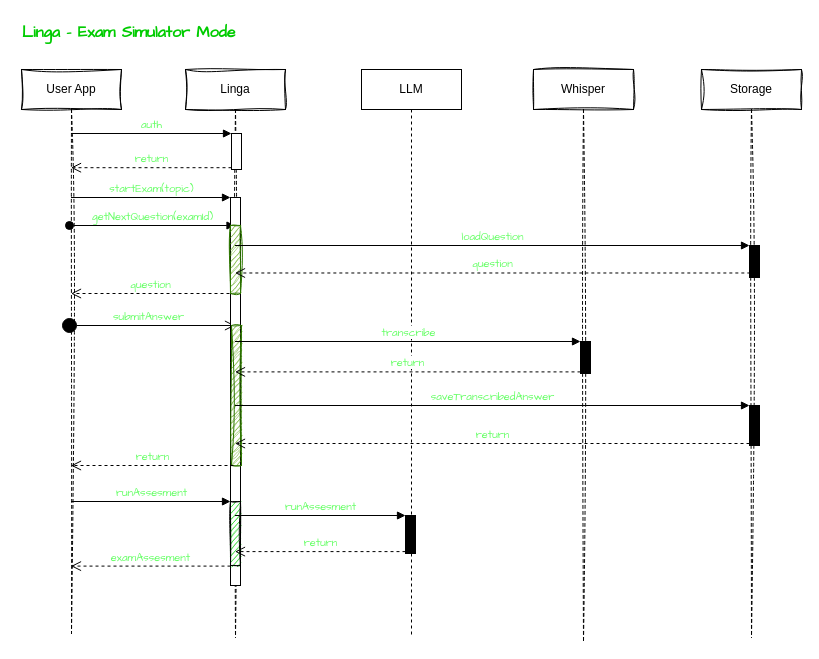
Earlier version of the draw.io diagram page "Exam Simulator Mode" (5 of 5) of docs/charts/system.drawio (dimastatz/linga). Source tidied: cells renumbered, new cells numbered last; positions are measured from the earlier drawing's top-left corner, leaving out a move shared by most shapes. Both pictures are drawn from the tidied source at 100%, with x=0, y=0 at pixel (17, 17).
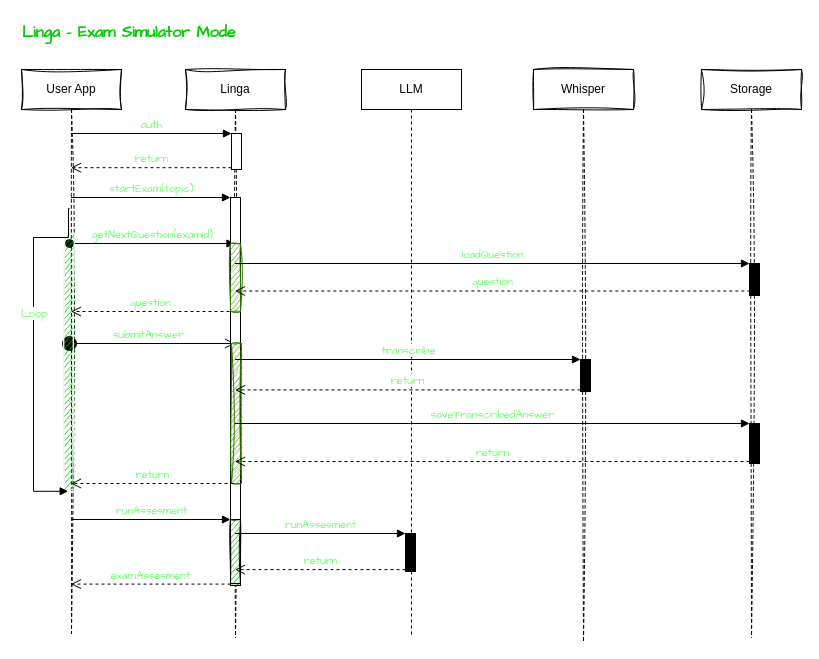
The same diagram, later.

Commit message (it also covers changes not shown here):
add exam simulation mode

Unchanged cells that the change refers to:
```xml
<mxCell id="3" value="User App" style="shape=umlLifeline;perimeter=lifelinePerimeter;whiteSpace=wrap;html=1;outlineConnect=0;sketch=1;curveFitting=1;jiggle=2;" parent="1" vertex="1">
  <mxGeometry x="4" y="52" width="100" height="564" as="geometry" />
</mxCell>
<mxCell id="6" value="Linga" style="shape=umlLifeline;perimeter=lifelinePerimeter;whiteSpace=wrap;html=1;outlineConnect=0;sketch=1;curveFitting=1;jiggle=2;" parent="1" vertex="1">
  <mxGeometry x="168" y="52" width="100" height="568" as="geometry" />
</mxCell>
<mxCell id="8" style="html=1;points=[];perimeter=orthogonalPerimeter;fontFamily=Comic Sans MS;fontColor=#66FF66;" parent="6" vertex="1">
  <mxGeometry x="45" y="128" width="10" height="388" as="geometry" />
</mxCell>
<mxCell id="12" value="LLM" style="shape=umlLifeline;perimeter=lifelinePerimeter;whiteSpace=wrap;html=1;" parent="1" vertex="1">
  <mxGeometry x="344" y="52" width="100" height="568" as="geometry" />
</mxCell>
<mxCell id="14" value="Whisper" style="shape=umlLifeline;perimeter=lifelinePerimeter;whiteSpace=wrap;html=1;sketch=1;curveFitting=1;jiggle=2;" parent="1" vertex="1">
  <mxGeometry x="516" y="52" width="100" height="572" as="geometry" />
</mxCell>
<mxCell id="16" value="Storage" style="shape=umlLifeline;perimeter=lifelinePerimeter;whiteSpace=wrap;html=1;sketch=1;curveFitting=1;jiggle=2;" parent="1" vertex="1">
  <mxGeometry x="684" y="52" width="100" height="568" as="geometry" />
</mxCell>
```

The edit, as a diff of the source:
```diff
@@
-    <mxCell id="4" value="getNextQuestion(examId)" style="html=1;verticalAlign=bottom;startArrow=oval;startFill=1;endArrow=block;startSize=8;fontFamily=Comic Sans MS;fontColor=#66FF66;" parent="3" edge="1" target="6">
+    <mxCell id="4" value="getNextQuestion(examId)" style="html=1;verticalAlign=bottom;startArrow=oval;startFill=1;endArrow=block;startSize=8;fontFamily=Comic Sans MS;fontColor=#66FF66;" parent="3" edge="1">
       <mxGeometry relative="1" as="geometry">
-        <mxPoint x="48" y="156" as="sourcePoint" />
+        <mxPoint x="48" y="174" as="sourcePoint" />
+        <mxPoint x="213.5" y="174" as="targetPoint" />
       </mxGeometry>
     </mxCell>
-    <mxCell id="5" value="submitAnswer" style="html=1;verticalAlign=bottom;startArrow=circle;startFill=1;endArrow=open;startSize=6;endSize=8;fontFamily=Comic Sans MS;fontColor=#66FF66;" parent="3" edge="1" target="6">
+    <mxCell id="5" value="submitAnswer" style="html=1;verticalAlign=bottom;startArrow=circle;startFill=1;endArrow=open;startSize=6;endSize=8;fontFamily=Comic Sans MS;fontColor=#66FF66;" parent="3" edge="1">
       <mxGeometry relative="1" as="geometry">
-        <mxPoint x="40" y="256" as="sourcePoint" />
+        <mxPoint x="40" y="274" as="sourcePoint" />
+        <mxPoint x="213.5" y="274" as="targetPoint" />
       </mxGeometry>
     </mxCell>
+    <mxCell id="34" style="html=1;points=[];perimeter=orthogonalPerimeter;sketch=1;strokeColor=#F0F0F0;fontFamily=Comic Sans MS;fontColor=#66FF66;fillColor=#00CC00;" parent="3" vertex="1">
+      <mxGeometry x="43" y="164" width="10" height="256" as="geometry" />
+    </mxCell>
+    <mxCell id="35" value="Loop" style="edgeStyle=orthogonalEdgeStyle;html=1;align=left;spacingLeft=2;endArrow=block;rounded=0;fontFamily=Comic Sans MS;fontColor=#66FF66;entryX=0.367;entryY=1.007;entryDx=0;entryDy=0;entryPerimeter=0;" parent="3" edge="1" target="34">
+      <mxGeometry x="-0.2" y="-16" relative="1" as="geometry">
+        <mxPoint x="48" y="139" as="sourcePoint" />
+        <Array as="points">
+          <mxPoint x="47" y="139" />
+          <mxPoint x="47" y="168" />
+          <mxPoint x="12" y="168" />
+          <mxPoint x="12" y="422" />
+        </Array>
+      </mxGeometry>
+    </mxCell>
@@
     <mxCell id="9" style="html=1;perimeter=orthogonalPerimeter;fontFamily=Comic Sans MS;fontColor=#ffffff;fillColor=#60a917;strokeColor=#2D7600;sketch=1;curveFitting=1;jiggle=2;" parent="6" vertex="1">
-      <mxGeometry x="45" y="156" width="10" height="68" as="geometry" />
+      <mxGeometry x="45" y="174" width="10" height="68" as="geometry" />
     </mxCell>
     <mxCell id="10" style="html=1;perimeter=orthogonalPerimeter;fontFamily=Comic Sans MS;fontColor=#ffffff;fillColor=#60a917;strokeColor=#2D7600;sketch=1;curveFitting=1;jiggle=2;" parent="6" vertex="1">
-      <mxGeometry x="46" y="256" width="10" height="140" as="geometry" />
+      <mxGeometry x="46" y="274" width="10" height="140" as="geometry" />
     </mxCell>
     <mxCell id="11" style="html=1;points=[];perimeter=orthogonalPerimeter;sketch=1;fontFamily=Comic Sans MS;fontColor=#66FF66;fillColor=#00CC00;" parent="6" vertex="1">
-      <mxGeometry x="45" y="432" width="10" height="64" as="geometry" />
+      <mxGeometry x="45" y="450" width="10" height="64" as="geometry" />
     </mxCell>
@@
     <mxCell id="13" style="html=1;points=[];perimeter=orthogonalPerimeter;fontFamily=Comic Sans MS;fontColor=#66FF66;fillColor=#000000;" parent="12" vertex="1">
-      <mxGeometry x="44" y="446" width="10" height="38" as="geometry" />
+      <mxGeometry x="44" y="464" width="10" height="38" as="geometry" />
     </mxCell>
@@
     <mxCell id="15" style="html=1;points=[];perimeter=orthogonalPerimeter;fontFamily=Comic Sans MS;fontColor=#66FF66;fillColor=#000000;" parent="14" vertex="1">
-      <mxGeometry x="47" y="272" width="10" height="32" as="geometry" />
+      <mxGeometry x="47" y="290" width="10" height="32" as="geometry" />
     </mxCell>
@@
     <mxCell id="17" style="html=1;points=[];perimeter=orthogonalPerimeter;fontFamily=Comic Sans MS;fontColor=#66FF66;fillColor=#000000;" parent="16" vertex="1">
-      <mxGeometry x="48" y="176" width="10" height="32" as="geometry" />
+      <mxGeometry x="48" y="194" width="10" height="32" as="geometry" />
     </mxCell>
     <mxCell id="18" style="html=1;points=[];perimeter=orthogonalPerimeter;fontFamily=Comic Sans MS;fontColor=#66FF66;fillColor=#000000;" parent="16" vertex="1">
-      <mxGeometry x="48" y="336" width="10" height="40" as="geometry" />
+      <mxGeometry x="48" y="354" width="10" height="40" as="geometry" />
     </mxCell>
@@
-    <mxCell id="22" value="examAssesment" style="html=1;verticalAlign=bottom;endArrow=open;dashed=1;endSize=8;exitX=0;exitY=0.95;fontFamily=Comic Sans MS;fontColor=#66FF66;" parent="1" edge="1" source="8" target="3">
-      <mxGeometry relative="1" as="geometry" />
+    <mxCell id="22" value="examAssesment" style="html=1;verticalAlign=bottom;endArrow=open;dashed=1;endSize=8;exitX=0;exitY=0.95;fontFamily=Comic Sans MS;fontColor=#66FF66;" parent="1" edge="1">
+      <mxGeometry relative="1" as="geometry">
+        <mxPoint x="213" y="566.6" as="sourcePoint" />
+        <mxPoint x="53.5" y="566.6" as="targetPoint" />
+      </mxGeometry>
     </mxCell>
-    <mxCell id="23" value="loadQuestion" style="html=1;verticalAlign=bottom;endArrow=block;entryX=0;entryY=0;fontFamily=Comic Sans MS;fontColor=#66FF66;" parent="1" edge="1" source="6" target="17">
-      <mxGeometry relative="1" as="geometry" />
+    <mxCell id="23" value="loadQuestion" style="html=1;verticalAlign=bottom;endArrow=block;entryX=0;entryY=0;fontFamily=Comic Sans MS;fontColor=#66FF66;" parent="1" edge="1" target="17">
+      <mxGeometry relative="1" as="geometry">
+        <mxPoint x="217.5" y="246" as="sourcePoint" />
+      </mxGeometry>
     </mxCell>
-    <mxCell id="24" value="question" style="html=1;verticalAlign=bottom;endArrow=open;dashed=1;endSize=8;fontFamily=Comic Sans MS;fontColor=#66FF66;exitX=0.084;exitY=0.859;exitDx=0;exitDy=0;exitPerimeter=0;" parent="1" edge="1" source="17" target="6">
-      <mxGeometry relative="1" as="geometry" />
+    <mxCell id="24" value="question" style="html=1;verticalAlign=bottom;endArrow=open;dashed=1;endSize=8;fontFamily=Comic Sans MS;fontColor=#66FF66;exitX=0.084;exitY=0.859;exitDx=0;exitDy=0;exitPerimeter=0;" parent="1" edge="1" source="17">
+      <mxGeometry relative="1" as="geometry">
+        <mxPoint x="217.5" y="273.5" as="targetPoint" />
+      </mxGeometry>
     </mxCell>
-    <mxCell id="25" value="question" style="html=1;verticalAlign=bottom;endArrow=open;dashed=1;endSize=8;fontFamily=Comic Sans MS;fontColor=#66FF66;" parent="1" edge="1" target="3">
+    <mxCell id="25" value="question" style="html=1;verticalAlign=bottom;endArrow=open;dashed=1;endSize=8;fontFamily=Comic Sans MS;fontColor=#66FF66;" parent="1" edge="1">
       <mxGeometry relative="1" as="geometry">
-        <mxPoint x="212" y="276" as="sourcePoint" />
+        <mxPoint x="212" y="294" as="sourcePoint" />
+        <mxPoint x="53.5" y="294" as="targetPoint" />
       </mxGeometry>
     </mxCell>
-    <mxCell id="26" value="transcribe" style="html=1;verticalAlign=bottom;endArrow=block;entryX=0;entryY=0;fontFamily=Comic Sans MS;fontColor=#66FF66;" parent="1" edge="1" source="6" target="15">
-      <mxGeometry relative="1" as="geometry" />
+    <mxCell id="26" value="transcribe" style="html=1;verticalAlign=bottom;endArrow=block;entryX=0;entryY=0;fontFamily=Comic Sans MS;fontColor=#66FF66;" parent="1" edge="1" target="15">
+      <mxGeometry relative="1" as="geometry">
+        <mxPoint x="217.5" y="342" as="sourcePoint" />
+      </mxGeometry>
     </mxCell>
-    <mxCell id="27" value="return" style="html=1;verticalAlign=bottom;endArrow=open;dashed=1;endSize=8;exitX=0;exitY=0.95;fontFamily=Comic Sans MS;fontColor=#66FF66;" parent="1" edge="1" source="15" target="6">
-      <mxGeometry relative="1" as="geometry" />
+    <mxCell id="27" value="return" style="html=1;verticalAlign=bottom;endArrow=open;dashed=1;endSize=8;exitX=0;exitY=0.95;fontFamily=Comic Sans MS;fontColor=#66FF66;" parent="1" edge="1" source="15">
+      <mxGeometry relative="1" as="geometry">
+        <mxPoint x="217.5" y="372.4" as="targetPoint" />
+      </mxGeometry>
     </mxCell>
-    <mxCell id="28" value="return" style="html=1;verticalAlign=bottom;endArrow=open;dashed=1;endSize=8;exitX=0;exitY=0.95;fontFamily=Comic Sans MS;fontColor=#66FF66;" parent="1" edge="1" source="18" target="6">
-      <mxGeometry relative="1" as="geometry" />
+    <mxCell id="28" value="return" style="html=1;verticalAlign=bottom;endArrow=open;dashed=1;endSize=8;exitX=0;exitY=0.95;fontFamily=Comic Sans MS;fontColor=#66FF66;" parent="1" edge="1" source="18">
+      <mxGeometry relative="1" as="geometry">
+        <mxPoint x="217.5" y="444" as="targetPoint" />
+      </mxGeometry>
     </mxCell>
-    <mxCell id="29" value="saveTranscribedAnswer" style="html=1;verticalAlign=bottom;endArrow=block;entryX=0;entryY=0;fontFamily=Comic Sans MS;fontColor=#66FF66;" parent="1" edge="1" source="6" target="18">
-      <mxGeometry relative="1" as="geometry" />
+    <mxCell id="29" value="saveTranscribedAnswer" style="html=1;verticalAlign=bottom;endArrow=block;entryX=0;entryY=0;fontFamily=Comic Sans MS;fontColor=#66FF66;" parent="1" edge="1" target="18">
+      <mxGeometry relative="1" as="geometry">
+        <mxPoint x="217.5" y="406" as="sourcePoint" />
+      </mxGeometry>
     </mxCell>
-    <mxCell id="30" value="return" style="html=1;verticalAlign=bottom;endArrow=open;dashed=1;endSize=8;fontFamily=Comic Sans MS;fontColor=#66FF66;" parent="1" edge="1" target="3">
+    <mxCell id="30" value="return" style="html=1;verticalAlign=bottom;endArrow=open;dashed=1;endSize=8;fontFamily=Comic Sans MS;fontColor=#66FF66;" parent="1" edge="1">
       <mxGeometry relative="1" as="geometry">
-        <mxPoint x="216" y="448" as="sourcePoint" />
+        <mxPoint x="216" y="466" as="sourcePoint" />
+        <mxPoint x="53.5" y="466" as="targetPoint" />
       </mxGeometry>
     </mxCell>
-    <mxCell id="31" value="runAssesment" style="html=1;verticalAlign=bottom;endArrow=block;entryX=0;entryY=0;fontFamily=Comic Sans MS;fontColor=#66FF66;" parent="1" edge="1" source="3" target="11">
-      <mxGeometry relative="1" as="geometry" />
+    <mxCell id="31" value="runAssesment" style="html=1;verticalAlign=bottom;endArrow=block;entryX=0;entryY=0;fontFamily=Comic Sans MS;fontColor=#66FF66;" parent="1" edge="1" target="11">
+      <mxGeometry relative="1" as="geometry">
+        <mxPoint x="53.5" y="502" as="sourcePoint" />
+      </mxGeometry>
     </mxCell>
-    <mxCell id="32" value="return" style="html=1;verticalAlign=bottom;endArrow=open;dashed=1;endSize=8;exitX=0;exitY=0.95;fontFamily=Comic Sans MS;fontColor=#66FF66;" parent="1" edge="1" source="13" target="6">
-      <mxGeometry relative="1" as="geometry" />
+    <mxCell id="32" value="return" style="html=1;verticalAlign=bottom;endArrow=open;dashed=1;endSize=8;exitX=0;exitY=0.95;fontFamily=Comic Sans MS;fontColor=#66FF66;" parent="1" edge="1" source="13">
+      <mxGeometry relative="1" as="geometry">
+        <mxPoint x="217.5" y="552.1" as="targetPoint" />
+      </mxGeometry>
     </mxCell>
-    <mxCell id="33" value="runAssesment" style="html=1;verticalAlign=bottom;endArrow=block;entryX=0;entryY=0;fontFamily=Comic Sans MS;fontColor=#66FF66;" parent="1" edge="1" source="6" target="13">
-      <mxGeometry relative="1" as="geometry" />
+    <mxCell id="33" value="runAssesment" style="html=1;verticalAlign=bottom;endArrow=block;entryX=0;entryY=0;fontFamily=Comic Sans MS;fontColor=#66FF66;" parent="1" edge="1" target="13">
+      <mxGeometry relative="1" as="geometry">
+        <mxPoint x="217.5" y="516" as="sourcePoint" />
+      </mxGeometry>
     </mxCell>
```
